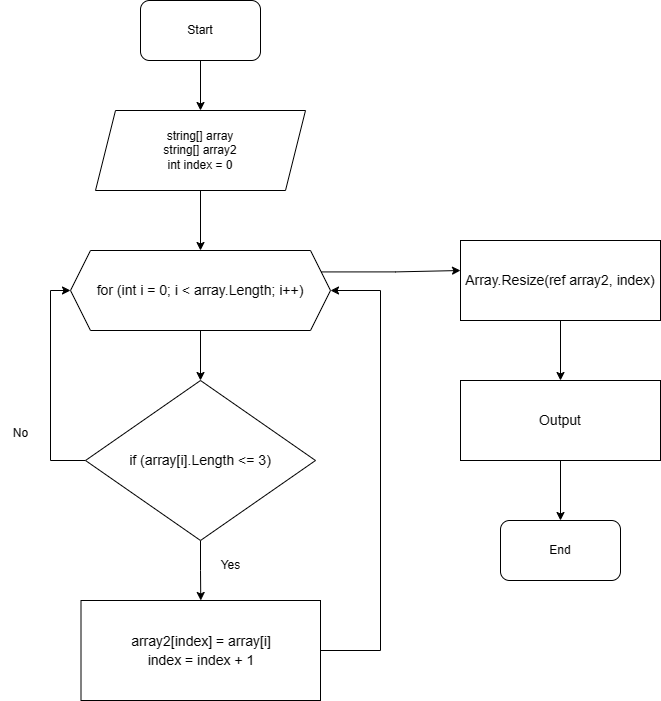
Above: Block_diagram/block diagram.png in DDD86/FinalHomeWork (draw.io), before the change. Source tidied: cells renumbered, new cells last; positions are measured from the earlier drawing's top-left corner, leaving out a move shared by most shapes.
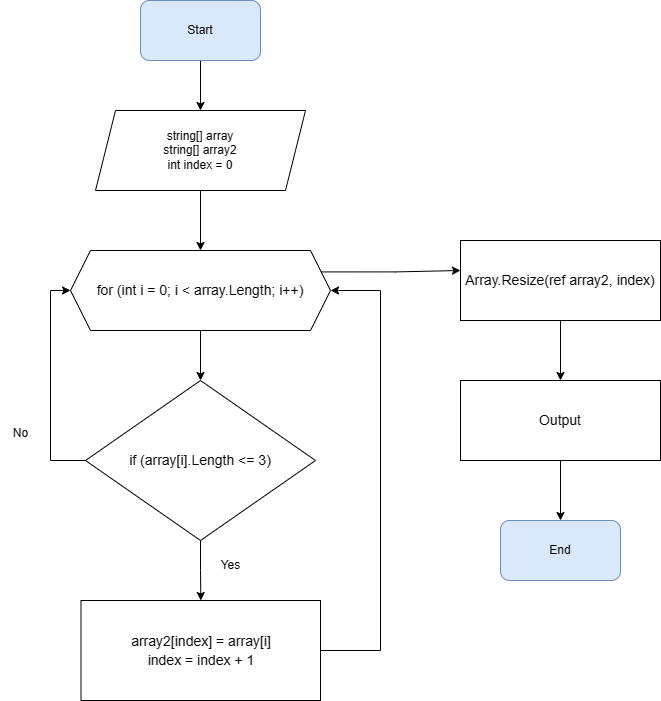
Later version of the same file.

Commit message:
Исправлены небольшие ошибки в блок-схеме

Diff of the diagram source:
```diff
@@ -5,7 +5,7 @@
     <mxCell id="2" style="edgeStyle=orthogonalEdgeStyle;rounded=0;jettySize=auto;html=1;exitX=0.5;exitY=1;exitDx=0;exitDy=0;" parent="1" edge="1" source="3" target="5">
       <mxGeometry relative="1" as="geometry" />
     </mxCell>
-    <mxCell id="3" value="Start" style="rounded=1;whiteSpace=wrap;html=1;" parent="1" vertex="1">
+    <mxCell id="3" value="Start" style="rounded=1;whiteSpace=wrap;html=1;fillColor=#dae8fc;strokeColor=#6c8ebf;" parent="1" vertex="1">
       <mxGeometry x="140" width="120" height="60" as="geometry" />
     </mxCell>
     <mxCell id="4" style="edgeStyle=orthogonalEdgeStyle;rounded=0;jettySize=auto;html=1;exitX=0.5;exitY=1;exitDx=0;exitDy=0;entryX=0.5;entryY=0;entryDx=0;entryDy=0;" parent="1" edge="1" source="5" target="11">
@@ -56,7 +56,7 @@
     <mxCell id="15" value="No" style="text;html=1;align=center;verticalAlign=middle;strokeColor=none;fillColor=none;" parent="1" vertex="1">
       <mxGeometry y="418" width="40" height="30" as="geometry" />
     </mxCell>
-    <mxCell id="16" value="End" style="rounded=1;whiteSpace=wrap;html=1;" parent="1" vertex="1">
+    <mxCell id="16" value="End" style="rounded=1;whiteSpace=wrap;html=1;fillColor=#dae8fc;strokeColor=#6c8ebf;" parent="1" vertex="1">
       <mxGeometry x="500" y="520" width="120" height="60" as="geometry" />
     </mxCell>
     <mxCell id="17" style="edgeStyle=orthogonalEdgeStyle;rounded=0;jettySize=auto;html=1;exitX=0.5;exitY=1;exitDx=0;exitDy=0;entryX=0.5;entryY=0;entryDx=0;entryDy=0;" parent="1" edge="1" source="18" target="20">
```
